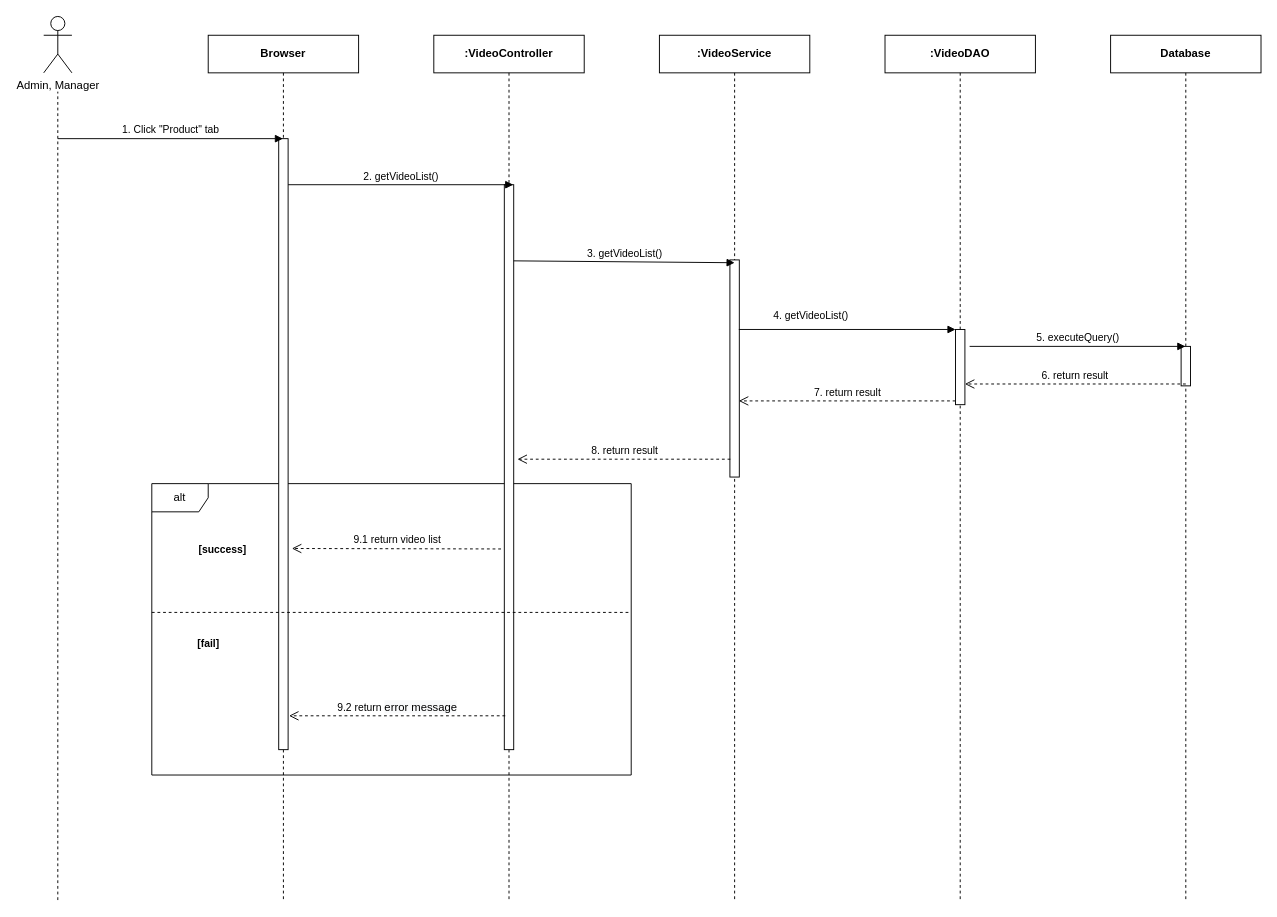
Earlier version of the draw.io diagram Users/TruongTN/Sequece/VIDEO/GetVideoList.drawio (luannmdev/CapstoneDocument). Source tidied: cells renumbered, new cells numbered last; positions are measured from the earlier drawing's top-left corner, leaving out a move shared by most shapes. Both pictures are drawn from the tidied source at 94%, with x=0, y=0 at pixel (43, 16).
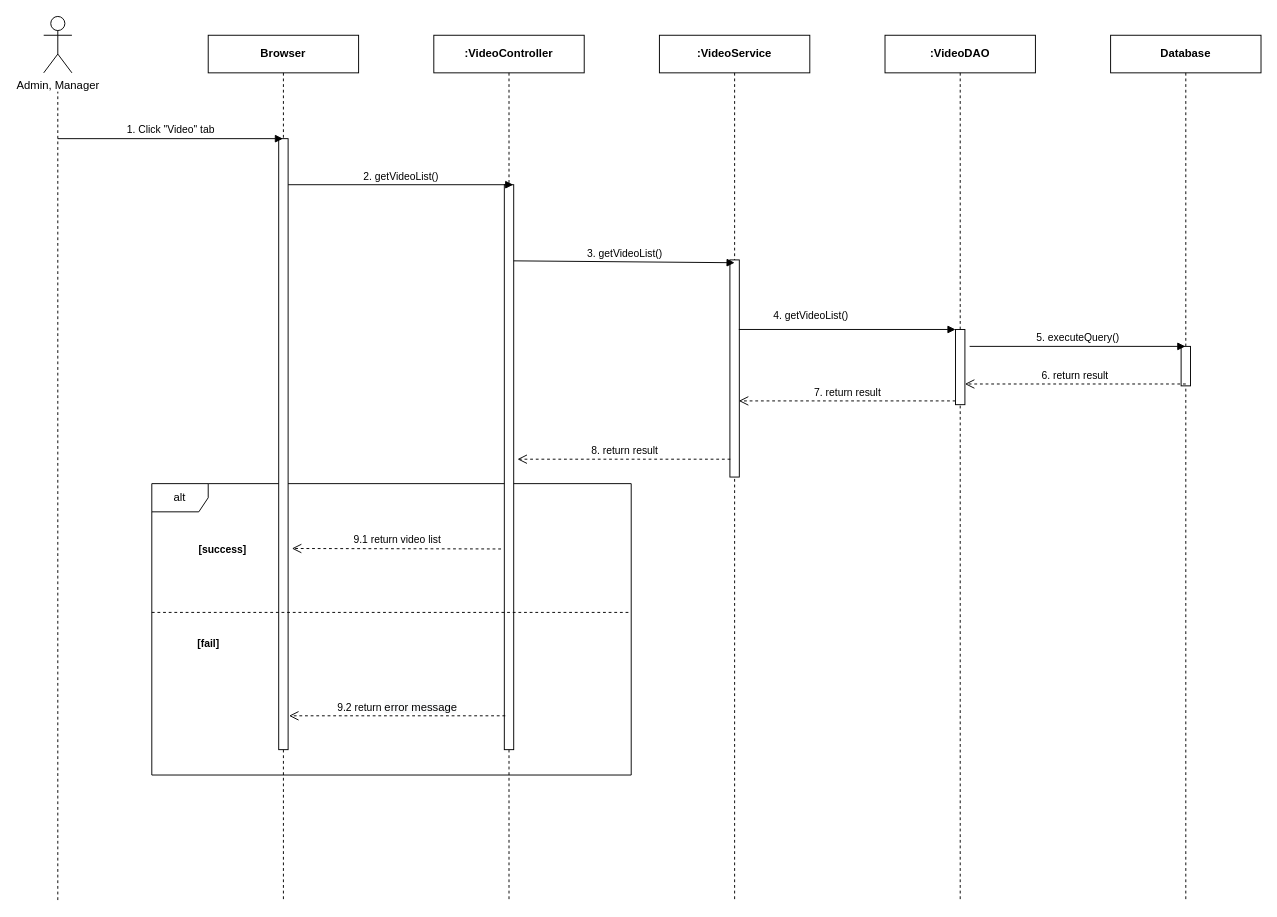
Above is the later version.

The change refers to these unchanged cells:
```xml
<mxCell id="3" value="&lt;b&gt;Browser&lt;/b&gt;" style="shape=umlLifeline;perimeter=lifelinePerimeter;whiteSpace=wrap;html=1;outlineConnect=0;" parent="1" vertex="1">
  <mxGeometry x="175" y="20" width="160" height="920" as="geometry" />
</mxCell>
```

Change to the diagram source:
```diff
@@
-    <mxCell id="11" value="1. Click &quot;Product&quot; tab" style="html=1;verticalAlign=bottom;endArrow=block;" parent="1" edge="1" target="3">
+    <mxCell id="11" value="1. Click &quot;Video&quot; tab" style="html=1;verticalAlign=bottom;endArrow=block;" parent="1" edge="1" target="3">
       <mxGeometry relative="1" as="geometry">
         <mxPoint x="15" y="130" as="sourcePoint" />
       </mxGeometry>
     </mxCell>
```
